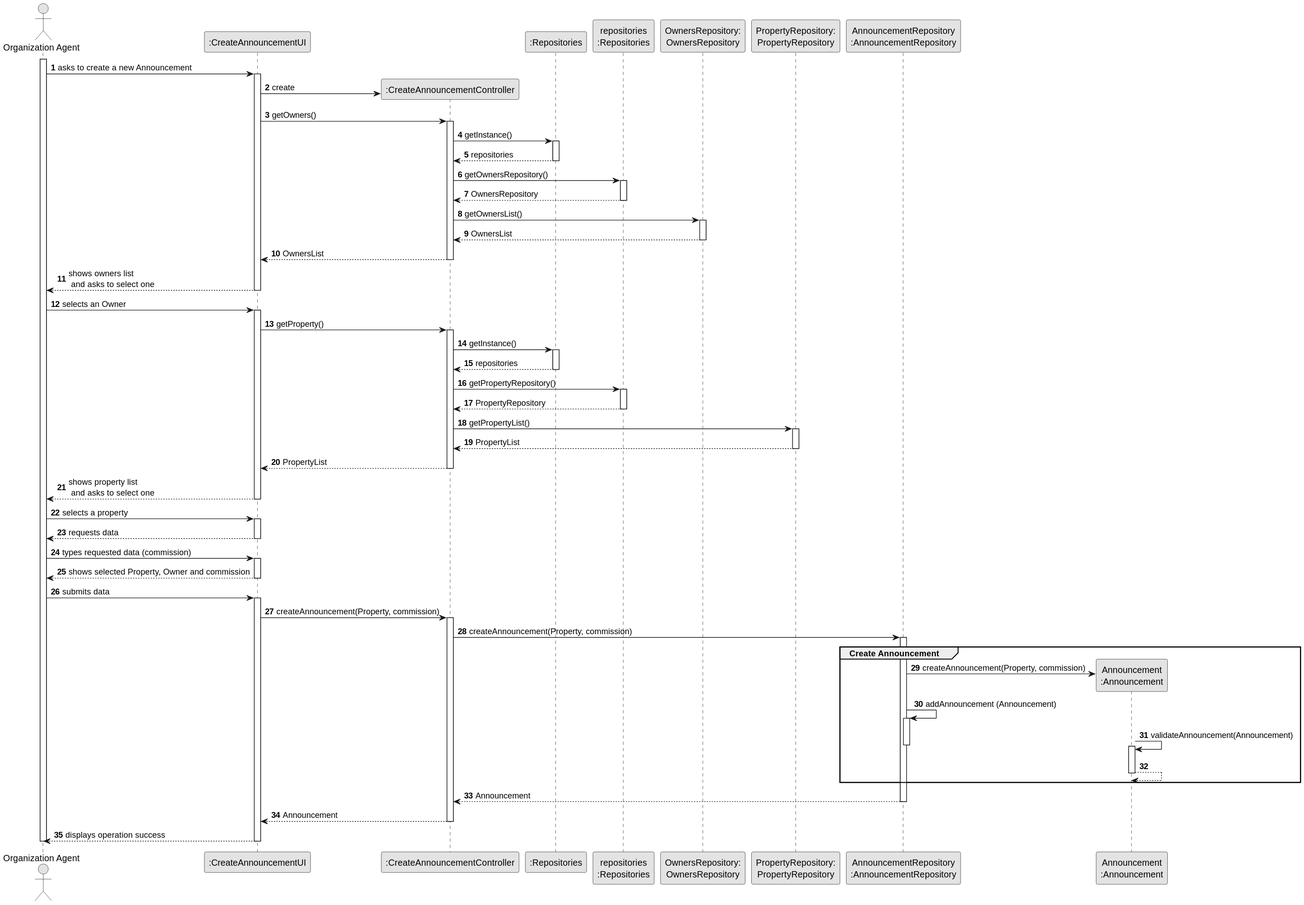
Earlier version of the PlantUML export lei-22-s2-1do-g68/docs/SprintB/us002/03.design/svg/us002-sequence-diagram-full.svg (hugosilva2901/lei-22-s2-1DO-g68).
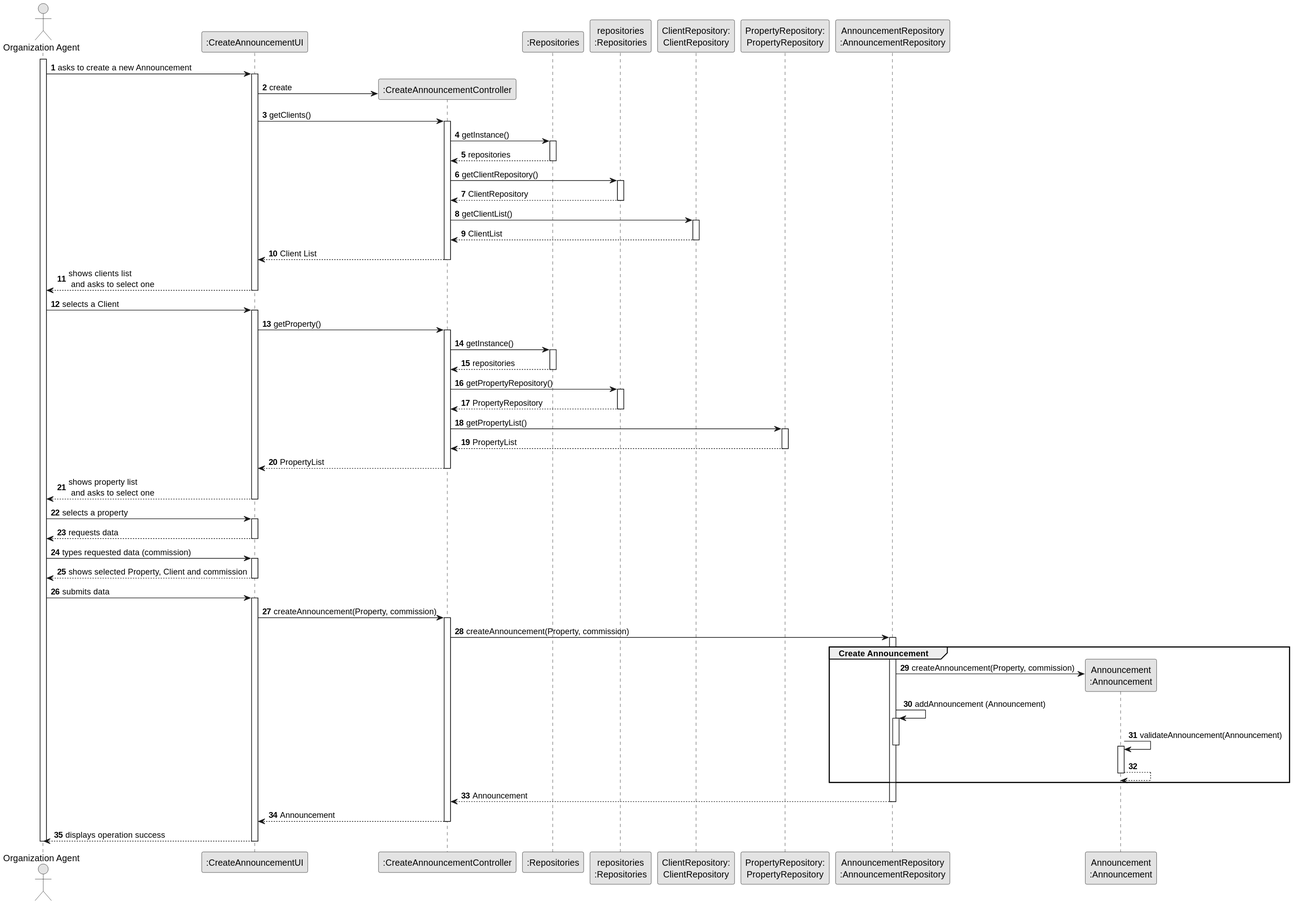
After the commit.

Change to the diagram source:
```diff
@@ -10,7 +10,7 @@
 participant ":CreateAnnouncementController" as CTRL
 participant ":Repositories" as RepositorySingleton
 participant "repositories\n:Repositories" as PLAT
-participant "OwnersRepository:\nOwnersRepository" as TaskCategoryRepository
+participant "ClientRepository:\nClientRepository" as TaskCategoryRepository
 participant "PropertyRepository:\nPropertyRepository" as PropertyRepository
 participant "AnnouncementRepository\n:AnnouncementRepository" as ORG
 participant "Announcement\n:Announcement" as TAREFA
@@ -23,7 +23,7 @@
 
             UI -> CTRL** : create
 
-            UI -> CTRL : getOwners()
+            UI -> CTRL : getClients()
             activate CTRL
 
                 CTRL -> RepositorySingleton : getInstance()
@@ -32,25 +32,25 @@
                     RepositorySingleton --> CTRL: repositories
                 deactivate RepositorySingleton
 
-                CTRL -> PLAT : getOwnersRepository()
+                CTRL -> PLAT : getClientRepository()
                 activate PLAT
 
-                    PLAT --> CTRL: OwnersRepository
+                    PLAT --> CTRL: ClientRepository
                 deactivate PLAT
 
-                CTRL -> TaskCategoryRepository : getOwnersList()
+                CTRL -> TaskCategoryRepository : getClientList()
                 activate TaskCategoryRepository
 
-                    TaskCategoryRepository --> CTRL : OwnersList
+                    TaskCategoryRepository --> CTRL : ClientList
                 deactivate TaskCategoryRepository
 
-                CTRL --> UI : OwnersList
+                CTRL --> UI : Client List
             deactivate CTRL
 
-            UI --> ADM : shows owners list\n and asks to select one
+            UI --> ADM : shows clients list\n and asks to select one
         deactivate UI
 
-    ADM -> UI : selects an Owner
+    ADM -> UI : selects a Client
     activate UI
 
                 UI -> CTRL : getProperty()
@@ -89,7 +89,7 @@
     ADM -> UI : types requested data (commission)
     activate UI
 
-        UI --> ADM : shows selected Property, Owner and commission
+        UI --> ADM : shows selected Property, Client and commission
     deactivate UI
 
     ADM -> UI : submits data
```
